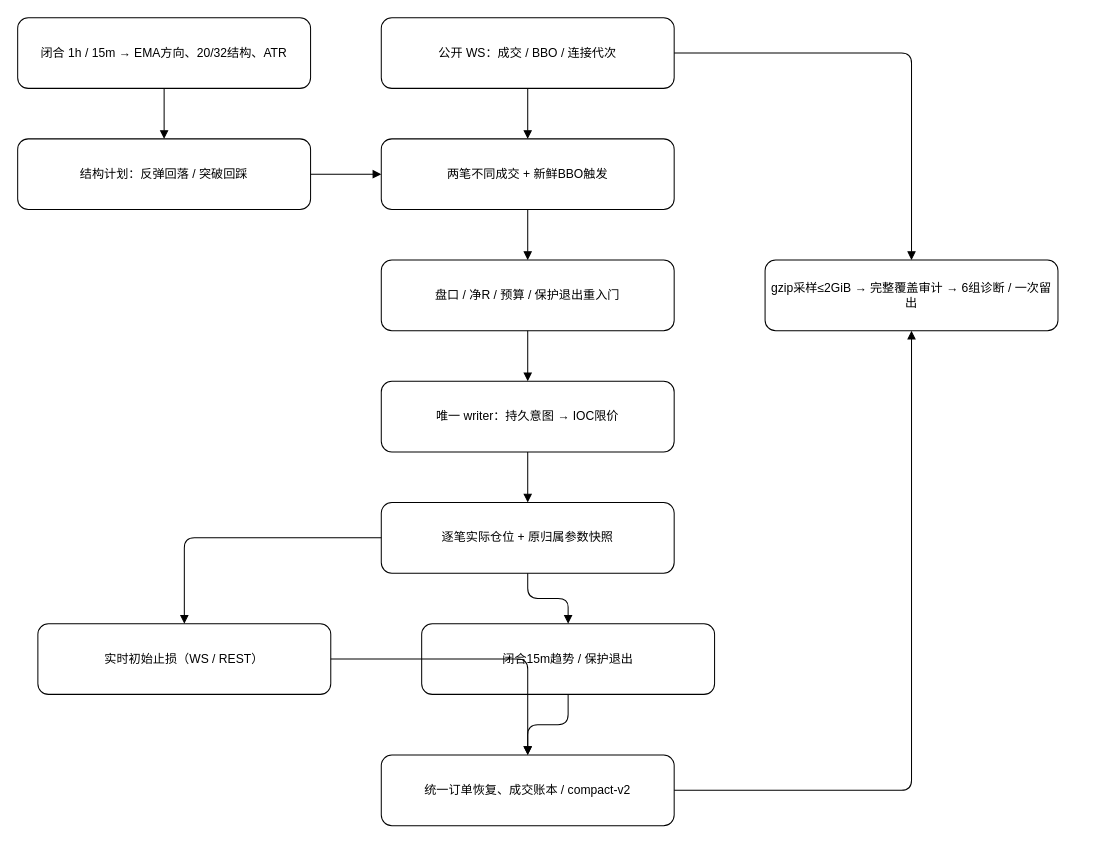
Above: docs/htx-trend-python/diagrams/realtime-structure-20261102.drawio in lcz5024540/StrategyTeam (draw.io), before the change. Source tidied: cells renumbered, new cells numbered last; positions are measured from the earlier drawing's top-left corner, leaving out a move shared by most shapes. Both pictures are drawn from the tidied source at 101%, with x=0, y=0 at pixel (17, 17).
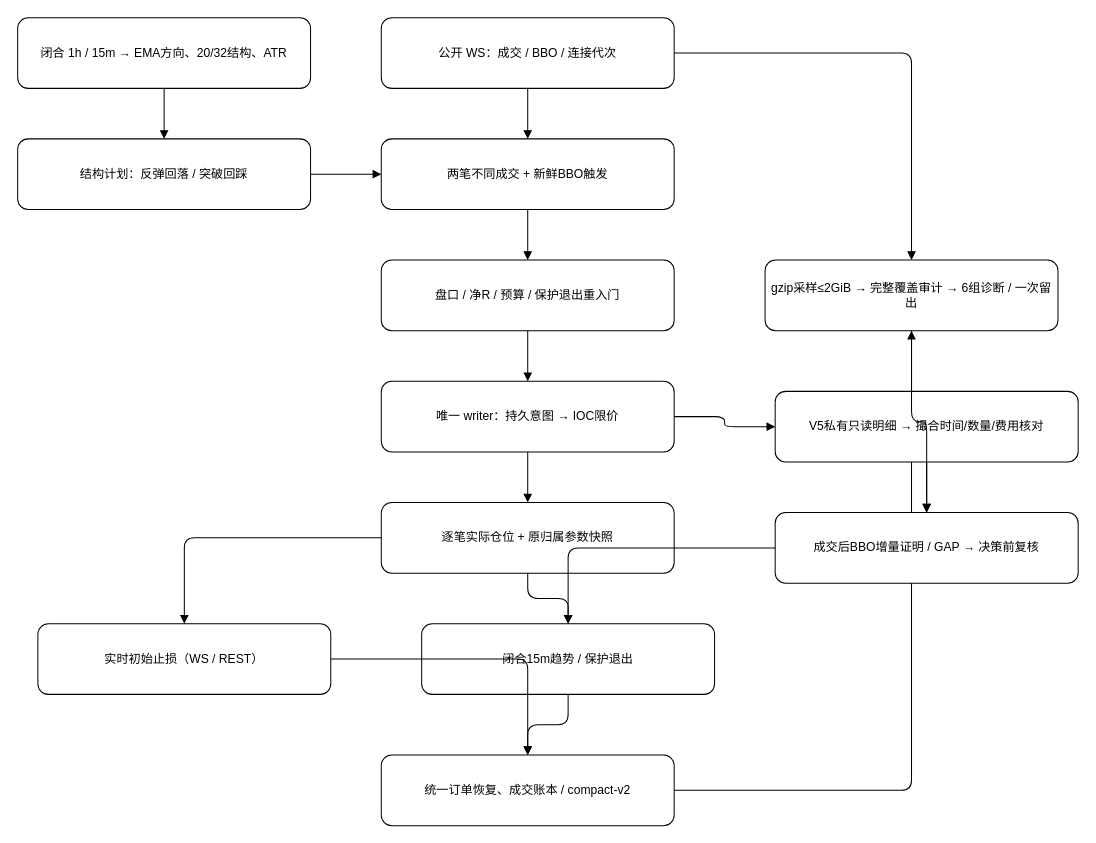
The same page after the edit.

Unchanged cells that the change refers to:
```xml
<mxCell id="7" value="唯一 writer：持久意图 → IOC限价" style="rounded=1;whiteSpace=wrap;html=1;" parent="1" vertex="1">
  <mxGeometry x="360" y="360" width="290" height="70" as="geometry" />
</mxCell>
<mxCell id="10" value="闭合15m趋势 / 保护退出" style="rounded=1;whiteSpace=wrap;html=1;" parent="1" vertex="1">
  <mxGeometry x="400" y="600" width="290" height="70" as="geometry" />
</mxCell>
<mxCell id="12" value="gzip采样≤2GiB → 完整覆盖审计 → 6组诊断 / 一次留出" style="rounded=1;whiteSpace=wrap;html=1;" parent="1" vertex="1">
  <mxGeometry x="740" y="240" width="290" height="70" as="geometry" />
</mxCell>
```

The edit, as a diff of the source:
```diff
@@
+    <mxCell id="25" value="V5私有只读明细 → 撮合时间/数量/费用核对" style="rounded=1;whiteSpace=wrap;html=1;" parent="1" vertex="1">
+      <mxGeometry x="750" y="370" width="300" height="70" as="geometry" />
+    </mxCell>
+    <mxCell id="26" value="成交后BBO增量证明 / GAP → 决策前复核" style="rounded=1;whiteSpace=wrap;html=1;" parent="1" vertex="1">
+      <mxGeometry x="750" y="490" width="300" height="70" as="geometry" />
+    </mxCell>
+    <mxCell id="27" style="edgeStyle=orthogonalEdgeStyle;endArrow=block;" parent="1" edge="1" source="7" target="25">
+      <mxGeometry relative="1" as="geometry" />
+    </mxCell>
+    <mxCell id="28" style="edgeStyle=orthogonalEdgeStyle;endArrow=block;" parent="1" edge="1" source="25" target="26">
+      <mxGeometry relative="1" as="geometry" />
+    </mxCell>
+    <mxCell id="29" style="edgeStyle=orthogonalEdgeStyle;endArrow=block;" parent="1" edge="1" source="12" target="26">
+      <mxGeometry relative="1" as="geometry" />
+    </mxCell>
+    <mxCell id="30" style="edgeStyle=orthogonalEdgeStyle;endArrow=block;" parent="1" edge="1" source="26" target="10">
+      <mxGeometry relative="1" as="geometry" />
+    </mxCell>
```
